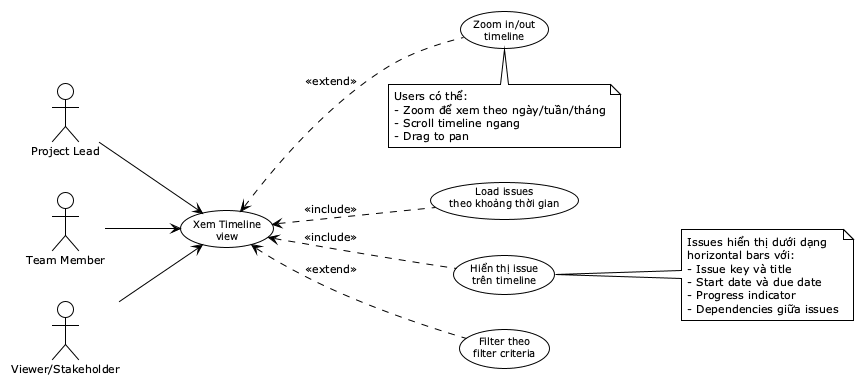
toantran292/datn keeps this PlantUML diagram as reports/dat-examples/report/images/uc05_6_timeline_view.png. Above is the earlier version. The source it was exported from:
```plantuml
@startuml
!theme plain
skinparam defaultFontSize 11
skinparam usecaseFontSize 10

left to right direction

actor "Project Lead" as PL
actor "Team Member" as TM
actor "Viewer/Stakeholder" as VS

usecase "Xem Timeline\nview" as UC_Timeline
usecase "Load issues\ntheo khoảng thời gian" as UC_LoadRange
usecase "Hiển thị issue\ntrên timeline" as UC_DisplayTimeline
usecase "Zoom in/out\ntimeline" as UC_Zoom
usecase "Filter theo\nfilter criteria" as UC_FilterTimeline

PL --> UC_Timeline
TM --> UC_Timeline
VS --> UC_Timeline

UC_LoadRange .up.> UC_Timeline : <<include>>
UC_DisplayTimeline .up.> UC_Timeline : <<include>>
UC_Zoom .up.> UC_Timeline : <<extend>>
UC_FilterTimeline .up.> UC_Timeline : <<extend>>

note right of UC_DisplayTimeline
  Issues hiển thị dưới dạng
  horizontal bars với:
  - Issue key và title
  - Start date và due date
  - Progress indicator
  - Dependencies giữa issues
end note

note bottom of UC_Zoom
  Users có thể:
  - Zoom để xem theo ngày/tuần/tháng
  - Scroll timeline ngang
  - Drag to pan
end note

@enduml
```
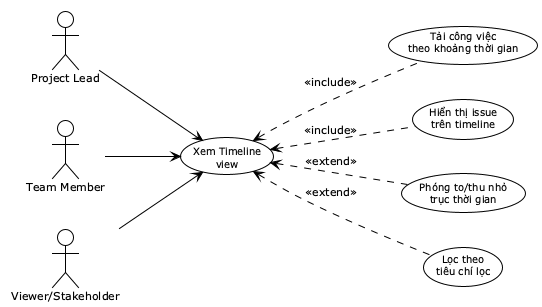
Above is the later version.

The edit, as a diff of the source:
```diff
@@ -10,10 +10,10 @@
 actor "Viewer/Stakeholder" as VS
 
 usecase "Xem Timeline\nview" as UC_Timeline
-usecase "Load issues\ntheo khoảng thời gian" as UC_LoadRange
+usecase "Tải công việc\ntheo khoảng thời gian" as UC_LoadRange
 usecase "Hiển thị issue\ntrên timeline" as UC_DisplayTimeline
-usecase "Zoom in/out\ntimeline" as UC_Zoom
-usecase "Filter theo\nfilter criteria" as UC_FilterTimeline
+usecase "Phóng to/thu nhỏ\ntrục thời gian" as UC_Zoom
+usecase "Lọc theo\ntiêu chí lọc" as UC_FilterTimeline
 
 PL --> UC_Timeline
 TM --> UC_Timeline
@@ -24,20 +24,6 @@
 UC_Zoom .up.> UC_Timeline : <<extend>>
 UC_FilterTimeline .up.> UC_Timeline : <<extend>>
 
-note right of UC_DisplayTimeline
-  Issues hiển thị dưới dạng
-  horizontal bars với:
-  - Issue key và title
-  - Start date và due date
-  - Progress indicator
-  - Dependencies giữa issues
-end note
 
-note bottom of UC_Zoom
-  Users có thể:
-  - Zoom để xem theo ngày/tuần/tháng
-  - Scroll timeline ngang
-  - Drag to pan
-end note
 
 @enduml
```
